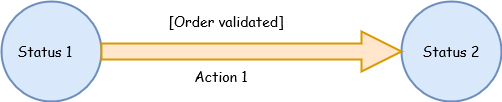
This is guardedWkf.png from oasuncion/tradista-flow, a draw.io export, as it was before one commit. Source tidied: cells renumbered, new cells last; positions are measured from the earlier drawing's top-left corner, leaving out a move shared by most shapes. The source it was exported from:
```xml
<mxGraphModel>
  <root>
    <mxCell id="0" />
    <mxCell id="1" parent="0" />
    <mxCell id="2" style="strokeWidth=2;html=1;shape=mxgraph.flowchart.start_2;whiteSpace=wrap;fillColor=#dae8fc;strokeColor=#6c8ebf;" parent="1" vertex="1">
      <mxGeometry width="100" height="100" as="geometry" />
    </mxCell>
    <mxCell id="3" style="strokeWidth=2;html=1;shape=mxgraph.flowchart.start_2;whiteSpace=wrap;fillColor=#dae8fc;strokeColor=#6c8ebf;" parent="1" vertex="1">
      <mxGeometry x="400" width="100" height="100" as="geometry" />
    </mxCell>
    <mxCell id="4" style="verticalLabelPosition=bottom;verticalAlign=top;html=1;strokeWidth=2;shape=mxgraph.arrows2.arrow;dy=0.6;dx=40;notch=0;fillColor=#ffe6cc;strokeColor=#d79b00;" parent="1" vertex="1">
      <mxGeometry x="100" y="30" width="300" height="40" as="geometry" />
    </mxCell>
    <mxCell id="5" value="Status 1&lt;span style=&quot;white-space: pre; font-size: 14px;&quot;&gt;&#9;&lt;/span&gt;" style="text;html=1;strokeColor=none;fillColor=none;align=center;verticalAlign=middle;whiteSpace=wrap;rounded=0;fontFamily=Comic Sans MS;fontSize=14;" parent="1" vertex="1">
      <mxGeometry x="15" y="35" width="70" height="30" as="geometry" />
    </mxCell>
    <mxCell id="6" value="Status 2&lt;span style=&quot;white-space: pre; font-size: 14px;&quot;&gt;&#9;&lt;/span&gt;" style="text;html=1;strokeColor=none;fillColor=none;align=center;verticalAlign=middle;whiteSpace=wrap;rounded=0;fontFamily=Comic Sans MS;fontSize=14;" parent="1" vertex="1">
      <mxGeometry x="420" y="35" width="70" height="30" as="geometry" />
    </mxCell>
    <mxCell id="7" value="Action 1" style="text;html=1;strokeColor=none;fillColor=none;align=center;verticalAlign=middle;whiteSpace=wrap;rounded=0;fontFamily=Comic Sans MS;fontSize=14;" parent="1" vertex="1">
      <mxGeometry x="190" y="60" width="60" height="30" as="geometry" />
    </mxCell>
    <mxCell id="8" value="&lt;font style=&quot;font-size: 14px;&quot;&gt;&lt;span style=&quot;font-size: 14px;&quot;&gt;&lt;font style=&quot;font-size: 14px;&quot;&gt;[Order validated]&lt;/font&gt;&lt;/span&gt;&lt;/font&gt;" style="text;html=1;strokeColor=none;fillColor=none;align=center;verticalAlign=middle;whiteSpace=wrap;rounded=0;fontFamily=Comic Sans MS;fontStyle=0;fontSize=14;" parent="1" vertex="1">
      <mxGeometry x="160" y="5" width="130" height="30" as="geometry" />
    </mxCell>
  </root>
</mxGraphModel>
```
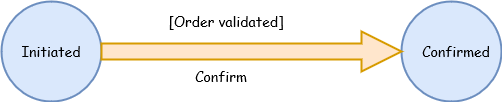
The same diagram one commit later.

Diff of the diagram source:
```diff
@@ -11,13 +11,13 @@
     <mxCell id="4" style="verticalLabelPosition=bottom;verticalAlign=top;html=1;strokeWidth=2;shape=mxgraph.arrows2.arrow;dy=0.6;dx=40;notch=0;fillColor=#ffe6cc;strokeColor=#d79b00;" parent="1" vertex="1">
       <mxGeometry x="100" y="30" width="300" height="40" as="geometry" />
     </mxCell>
-    <mxCell id="5" value="Status 1&lt;span style=&quot;white-space: pre; font-size: 14px;&quot;&gt;&#9;&lt;/span&gt;" style="text;html=1;strokeColor=none;fillColor=none;align=center;verticalAlign=middle;whiteSpace=wrap;rounded=0;fontFamily=Comic Sans MS;fontSize=14;" parent="1" vertex="1">
+    <mxCell id="5" value="Initiated" style="text;html=1;strokeColor=none;fillColor=none;align=center;verticalAlign=middle;whiteSpace=wrap;rounded=0;fontFamily=Comic Sans MS;fontSize=14;" parent="1" vertex="1">
       <mxGeometry x="15" y="35" width="70" height="30" as="geometry" />
     </mxCell>
-    <mxCell id="6" value="Status 2&lt;span style=&quot;white-space: pre; font-size: 14px;&quot;&gt;&#9;&lt;/span&gt;" style="text;html=1;strokeColor=none;fillColor=none;align=center;verticalAlign=middle;whiteSpace=wrap;rounded=0;fontFamily=Comic Sans MS;fontSize=14;" parent="1" vertex="1">
+    <mxCell id="6" value="Confirmed" style="text;html=1;strokeColor=none;fillColor=none;align=center;verticalAlign=middle;whiteSpace=wrap;rounded=0;fontFamily=Comic Sans MS;fontSize=14;" parent="1" vertex="1">
       <mxGeometry x="420" y="35" width="70" height="30" as="geometry" />
     </mxCell>
-    <mxCell id="7" value="Action 1" style="text;html=1;strokeColor=none;fillColor=none;align=center;verticalAlign=middle;whiteSpace=wrap;rounded=0;fontFamily=Comic Sans MS;fontSize=14;" parent="1" vertex="1">
+    <mxCell id="7" value="Confirm" style="text;html=1;strokeColor=none;fillColor=none;align=center;verticalAlign=middle;whiteSpace=wrap;rounded=0;fontFamily=Comic Sans MS;fontSize=14;" parent="1" vertex="1">
       <mxGeometry x="190" y="60" width="60" height="30" as="geometry" />
     </mxCell>
     <mxCell id="8" value="&lt;font style=&quot;font-size: 14px;&quot;&gt;&lt;span style=&quot;font-size: 14px;&quot;&gt;&lt;font style=&quot;font-size: 14px;&quot;&gt;[Order validated]&lt;/font&gt;&lt;/span&gt;&lt;/font&gt;" style="text;html=1;strokeColor=none;fillColor=none;align=center;verticalAlign=middle;whiteSpace=wrap;rounded=0;fontFamily=Comic Sans MS;fontStyle=0;fontSize=14;" parent="1" vertex="1">
```
